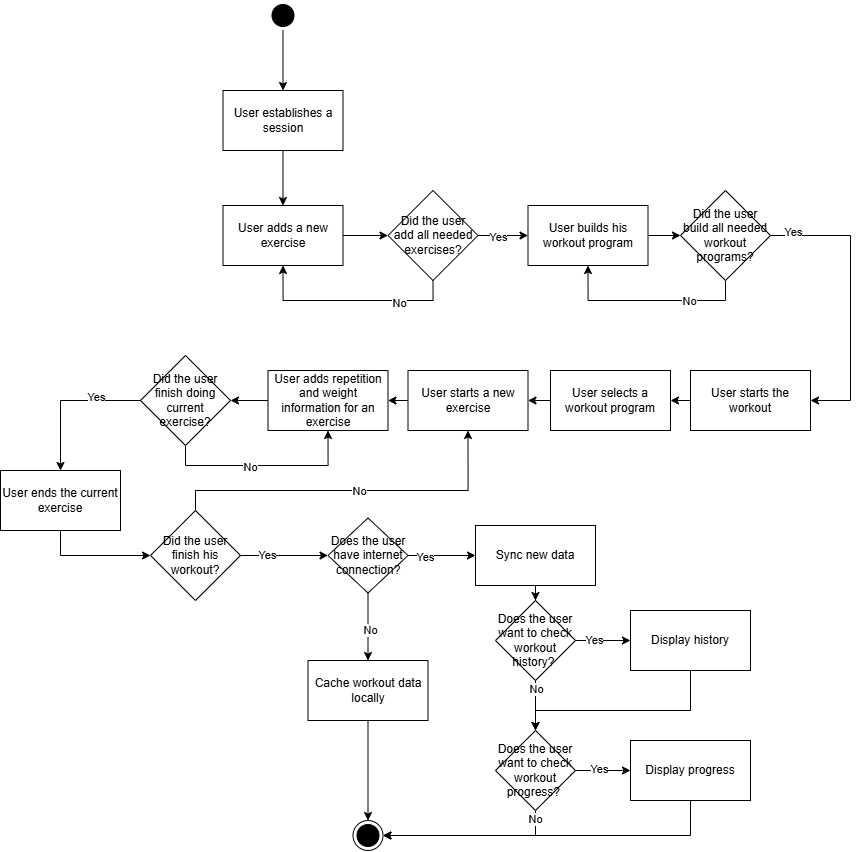
Above: docs/workout_activity.png in Zabuelis/LiftingPal (draw.io), before the change. Source tidied: cells renumbered, new cells last; positions are measured from the earlier drawing's top-left corner, leaving out a move shared by most shapes.
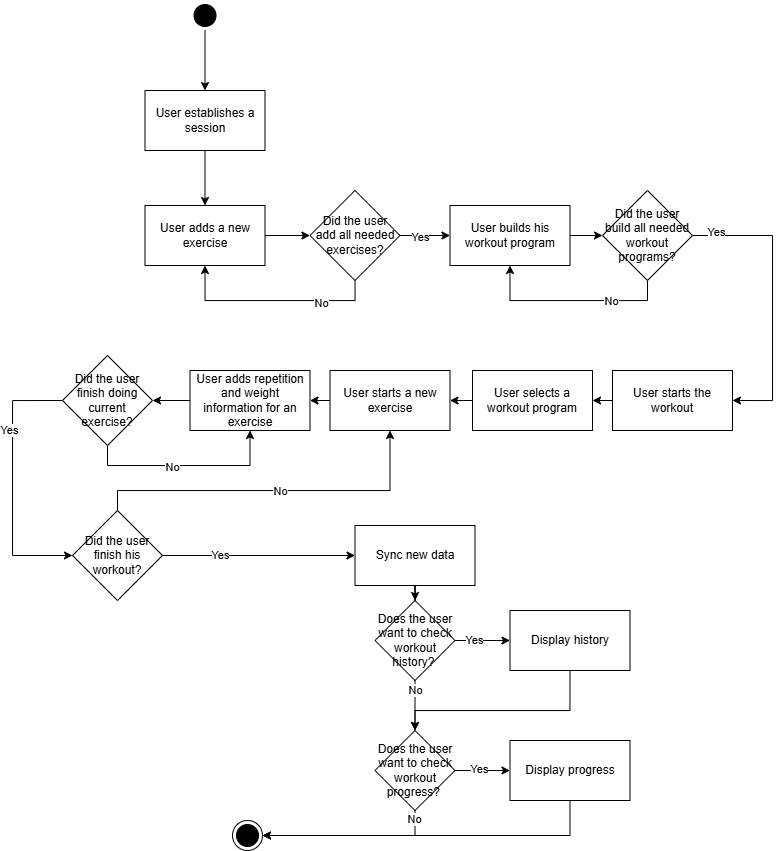
After the change.

Change to the diagram source:
```diff
@@ -3,7 +3,7 @@
     <mxCell id="0" />
     <mxCell id="1" parent="0" />
     <mxCell id="2" style="ellipse;html=1;shape=endState;fillColor=light-dark(#000000,#000000);strokeColor=light-dark(#000000,#000000);" parent="1" vertex="1">
-      <mxGeometry x="352.5" y="820" width="30" height="30" as="geometry" />
+      <mxGeometry x="310" y="820" width="30" height="30" as="geometry" />
     </mxCell>
     <mxCell id="3" style="edgeStyle=orthogonalEdgeStyle;rounded=0;jettySize=auto;html=1;exitX=0.5;exitY=1;exitDx=0;exitDy=0;entryX=0.5;entryY=0;entryDx=0;entryDy=0;" parent="1" edge="1" source="4" target="6">
       <mxGeometry relative="1" as="geometry" />
@@ -86,8 +86,13 @@
     <mxCell id="26" value="No" style="edgeLabel;html=1;align=center;verticalAlign=middle;" parent="25" vertex="1">
       <mxGeometry x="-0.15" y="-1" relative="1" as="geometry" />
     </mxCell>
-    <mxCell id="27" style="edgeStyle=orthogonalEdgeStyle;rounded=0;jettySize=auto;html=1;exitX=0;exitY=0.5;exitDx=0;exitDy=0;entryX=0.5;entryY=0;entryDx=0;entryDy=0;" parent="1" edge="1" source="29" target="36">
-      <mxGeometry relative="1" as="geometry" />
+    <mxCell id="27" style="edgeStyle=orthogonalEdgeStyle;rounded=0;jettySize=auto;html=1;exitX=0;exitY=0.5;exitDx=0;exitDy=0;entryX=0;entryY=0.5;entryDx=0;entryDy=0;" parent="1" edge="1" source="29" target="34">
+      <mxGeometry relative="1" as="geometry">
+        <Array as="points">
+          <mxPoint x="90" y="400" />
+          <mxPoint x="90" y="555" />
+        </Array>
+      </mxGeometry>
     </mxCell>
     <mxCell id="28" value="Yes" style="edgeLabel;html=1;align=center;verticalAlign=middle;" parent="27" vertex="1">
       <mxGeometry x="-0.4" y="-4" relative="1" as="geometry" />
@@ -115,19 +120,13 @@
     <mxCell id="34" value="Did the user finish his workout?" style="rhombus;whiteSpace=wrap;html=1;" parent="1" vertex="1">
       <mxGeometry x="150" y="510" width="90" height="90" as="geometry" />
     </mxCell>
-    <mxCell id="35" style="edgeStyle=orthogonalEdgeStyle;rounded=0;jettySize=auto;html=1;exitX=0.5;exitY=1;exitDx=0;exitDy=0;entryX=0;entryY=0.5;entryDx=0;entryDy=0;" parent="1" edge="1" source="36" target="34">
-      <mxGeometry relative="1" as="geometry" />
-    </mxCell>
-    <mxCell id="36" value="User ends the current exercise" style="rounded=0;whiteSpace=wrap;html=1;" parent="1" vertex="1">
-      <mxGeometry y="470" width="120" height="60" as="geometry" />
-    </mxCell>
     <mxCell id="37" style="edgeStyle=orthogonalEdgeStyle;rounded=0;jettySize=auto;html=1;exitX=0;exitY=0.5;exitDx=0;exitDy=0;entryX=1;entryY=0.5;entryDx=0;entryDy=0;" parent="1" edge="1" source="38" target="24">
       <mxGeometry relative="1" as="geometry" />
     </mxCell>
     <mxCell id="38" value="User starts a new exercise" style="rounded=0;whiteSpace=wrap;html=1;" parent="1" vertex="1">
       <mxGeometry x="407.5" y="370" width="120" height="60" as="geometry" />
     </mxCell>
-    <mxCell id="39" style="edgeStyle=orthogonalEdgeStyle;rounded=0;jettySize=auto;html=1;exitX=1;exitY=0.5;exitDx=0;exitDy=0;entryX=0;entryY=0.5;entryDx=0;entryDy=0;" parent="1" edge="1" source="34" target="43">
+    <mxCell id="39" style="edgeStyle=orthogonalEdgeStyle;rounded=0;jettySize=auto;html=1;exitX=1;exitY=0.5;exitDx=0;exitDy=0;entryX=0;entryY=0.5;entryDx=0;entryDy=0;" parent="1" edge="1" source="34" target="47">
       <mxGeometry relative="1" as="geometry" />
     </mxCell>
     <mxCell id="40" value="Yes" style="edgeLabel;html=1;align=center;verticalAlign=middle;" parent="39" vertex="1">
@@ -135,33 +134,12 @@
         <mxPoint x="1" as="offset" />
       </mxGeometry>
     </mxCell>
-    <mxCell id="41" style="edgeStyle=orthogonalEdgeStyle;rounded=0;jettySize=auto;html=1;exitX=0.5;exitY=1;exitDx=0;exitDy=0;entryX=0.5;entryY=0;entryDx=0;entryDy=0;" parent="1" edge="1" source="43" target="45">
-      <mxGeometry relative="1" as="geometry" />
-    </mxCell>
-    <mxCell id="42" value="No" style="edgeLabel;html=1;align=center;verticalAlign=middle;" parent="41" vertex="1">
-      <mxGeometry x="0.09" y="2" relative="1" as="geometry" />
-    </mxCell>
-    <mxCell id="43" value="Does the user have internet connection?" style="rhombus;whiteSpace=wrap;html=1;" parent="1" vertex="1">
-      <mxGeometry x="327.5" y="517.5" width="80" height="75" as="geometry" />
-    </mxCell>
-    <mxCell id="44" style="edgeStyle=orthogonalEdgeStyle;rounded=0;jettySize=auto;html=1;exitX=0.5;exitY=1;exitDx=0;exitDy=0;entryX=0.5;entryY=0;entryDx=0;entryDy=0;" parent="1" edge="1" source="45" target="2">
-      <mxGeometry relative="1" as="geometry" />
-    </mxCell>
-    <mxCell id="45" value="Cache workout data locally" style="rounded=0;whiteSpace=wrap;html=1;" parent="1" vertex="1">
-      <mxGeometry x="307.5" y="660" width="120" height="60" as="geometry" />
-    </mxCell>
     <mxCell id="46" style="edgeStyle=orthogonalEdgeStyle;rounded=0;jettySize=auto;html=1;exitX=0.5;exitY=1;exitDx=0;exitDy=0;" parent="1" edge="1" source="47" target="54">
       <mxGeometry relative="1" as="geometry" />
     </mxCell>
     <mxCell id="47" value="Sync new data" style="rounded=0;whiteSpace=wrap;html=1;" parent="1" vertex="1">
-      <mxGeometry x="475" y="525" width="120" height="60" as="geometry" />
+      <mxGeometry x="432.5" y="525" width="120" height="60" as="geometry" />
     </mxCell>
-    <mxCell id="48" style="edgeStyle=orthogonalEdgeStyle;rounded=0;jettySize=auto;html=1;exitX=1;exitY=0.5;exitDx=0;exitDy=0;entryX=0;entryY=0.5;entryDx=0;entryDy=0;" parent="1" edge="1" source="43" target="47">
-      <mxGeometry relative="1" as="geometry" />
-    </mxCell>
-    <mxCell id="49" value="Yes" style="edgeLabel;html=1;align=center;verticalAlign=middle;" parent="48" vertex="1">
-      <mxGeometry x="-0.48" y="-1" relative="1" as="geometry" />
-    </mxCell>
     <mxCell id="50" style="edgeStyle=orthogonalEdgeStyle;rounded=0;jettySize=auto;html=1;exitX=1;exitY=0.5;exitDx=0;exitDy=0;entryX=0;entryY=0.5;entryDx=0;entryDy=0;" parent="1" edge="1" source="54" target="61">
       <mxGeometry relative="1" as="geometry" />
     </mxCell>
@@ -175,7 +153,7 @@
       <mxGeometry x="-0.64" relative="1" as="geometry" />
     </mxCell>
     <mxCell id="54" value="Does the user want to check workout history?&amp;nbsp;" style="rhombus;whiteSpace=wrap;html=1;" parent="1" vertex="1">
-      <mxGeometry x="495" y="600" width="80" height="80" as="geometry" />
+      <mxGeometry x="452.5" y="600" width="80" height="80" as="geometry" />
     </mxCell>
     <mxCell id="55" style="edgeStyle=orthogonalEdgeStyle;rounded=0;jettySize=auto;html=1;exitX=1;exitY=0.5;exitDx=0;exitDy=0;entryX=0;entryY=0.5;entryDx=0;entryDy=0;" parent="1" edge="1" source="59" target="63">
       <mxGeometry relative="1" as="geometry" />
@@ -190,24 +168,24 @@
       <mxGeometry x="-0.9" y="-1" relative="1" as="geometry" />
     </mxCell>
     <mxCell id="59" value="Does the user want to check workout progress?&amp;nbsp;" style="rhombus;whiteSpace=wrap;html=1;" parent="1" vertex="1">
-      <mxGeometry x="495" y="730" width="80" height="80" as="geometry" />
+      <mxGeometry x="452.5" y="730" width="80" height="80" as="geometry" />
     </mxCell>
     <mxCell id="60" style="edgeStyle=orthogonalEdgeStyle;rounded=0;jettySize=auto;html=1;exitX=0.5;exitY=1;exitDx=0;exitDy=0;entryX=0.5;entryY=0;entryDx=0;entryDy=0;" parent="1" edge="1" source="61" target="59">
       <mxGeometry relative="1" as="geometry">
         <Array as="points">
-          <mxPoint x="690" y="710" />
-          <mxPoint x="535" y="710" />
+          <mxPoint x="647.5" y="710" />
+          <mxPoint x="492.5" y="710" />
         </Array>
       </mxGeometry>
     </mxCell>
     <mxCell id="61" value="Display history" style="rounded=0;whiteSpace=wrap;html=1;" parent="1" vertex="1">
-      <mxGeometry x="630" y="610" width="120" height="60" as="geometry" />
+      <mxGeometry x="587.5" y="610" width="120" height="60" as="geometry" />
     </mxCell>
     <mxCell id="62" style="edgeStyle=orthogonalEdgeStyle;rounded=0;jettySize=auto;html=1;exitX=0.5;exitY=1;exitDx=0;exitDy=0;entryX=1;entryY=0.5;entryDx=0;entryDy=0;" parent="1" edge="1" source="63" target="2">
       <mxGeometry relative="1" as="geometry" />
     </mxCell>
     <mxCell id="63" value="Display progress" style="rounded=0;whiteSpace=wrap;html=1;" parent="1" vertex="1">
-      <mxGeometry x="630" y="740" width="120" height="60" as="geometry" />
+      <mxGeometry x="587.5" y="740" width="120" height="60" as="geometry" />
     </mxCell>
   </root>
 </mxGraphModel>
```
